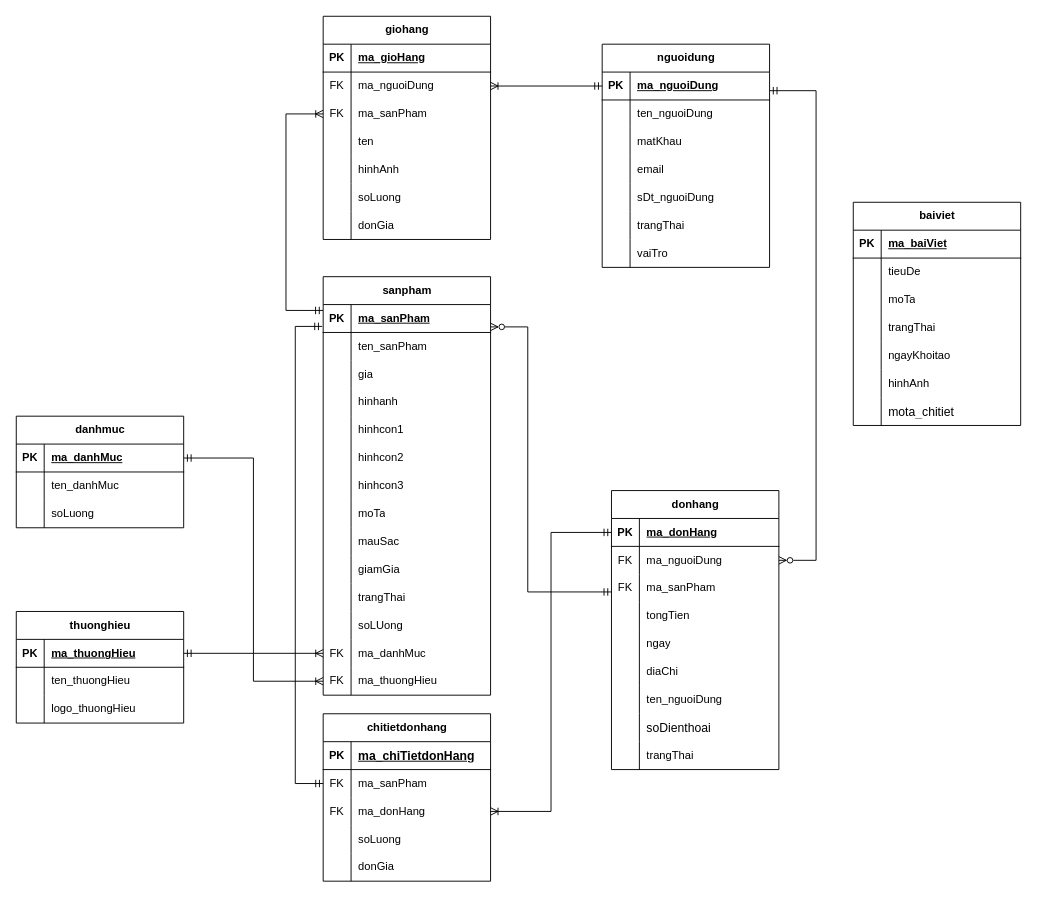
This is Untitled Diagram.drawio from Blion00/Blion00, a draw.io file, before an edit. Source tidied: cells renumbered, new cells numbered last; positions are measured from the earlier drawing's top-left corner, leaving out a move shared by most shapes. Both pictures are drawn from the tidied source at 93%, with x=0, y=0 at pixel (16, 16).
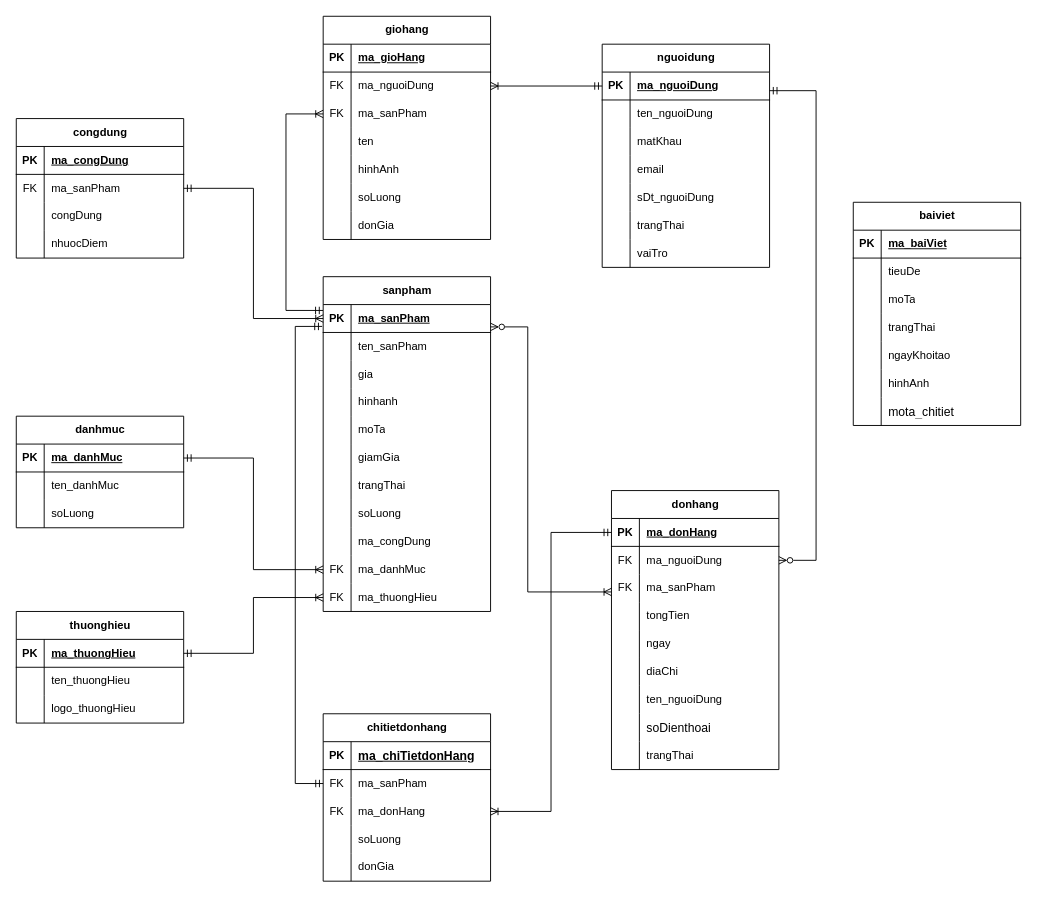
After the change.

The change refers to these unchanged cells:
```xml
<mxCell id="3" style="shape=tableRow;horizontal=0;startSize=0;swimlaneHead=0;swimlaneBody=0;fillColor=none;points=[[0,0.5],[1,0.5]];portConstraint=eastwest;top=0;left=0;right=0;bottom=1;" parent="2" vertex="1">
  <mxGeometry y="30" width="180" height="30" as="geometry" />
</mxCell>
```

Change to the diagram source:
```diff
@@
     <mxCell id="2" value="sanpham" style="shape=table;startSize=30;childLayout=tableLayout;rowLines=0;fontStyle=1;align=center;html=1;" parent="1" vertex="1">
-      <mxGeometry x="330" y="280" width="180" height="450" as="geometry" />
+      <mxGeometry x="330" y="280" width="180" height="360" as="geometry" />
     </mxCell>
@@
-    <mxCell id="15" style="shape=tableRow;horizontal=0;startSize=0;swimlaneHead=0;swimlaneBody=0;fillColor=none;top=0;left=0;right=0;bottom=0;" parent="2" vertex="1">
-      <mxGeometry y="150" width="180" height="30" as="geometry" />
-    </mxCell>
-    <mxCell id="16" style="shape=partialRectangle;fillColor=none;top=0;left=0;bottom=0;right=0;overflow=hidden;whiteSpace=wrap;html=1;" parent="15" vertex="1">
-      <mxGeometry width="30" height="30" as="geometry" />
-    </mxCell>
-    <mxCell id="17" value="hinhcon1" style="shape=partialRectangle;fillColor=none;top=0;left=0;bottom=0;right=0;align=left;spacingLeft=6;overflow=hidden;whiteSpace=wrap;html=1;" parent="15" vertex="1">
-      <mxGeometry x="30" width="150" height="30" as="geometry" />
-    </mxCell>
-    <mxCell id="18" style="shape=tableRow;horizontal=0;startSize=0;swimlaneHead=0;swimlaneBody=0;fillColor=none;top=0;left=0;right=0;bottom=0;" parent="2" vertex="1">
-      <mxGeometry y="180" width="180" height="30" as="geometry" />
-    </mxCell>
-    <mxCell id="19" style="shape=partialRectangle;fillColor=none;top=0;left=0;bottom=0;right=0;overflow=hidden;whiteSpace=wrap;html=1;" parent="18" vertex="1">
-      <mxGeometry width="30" height="30" as="geometry" />
-    </mxCell>
-    <mxCell id="20" value="hinhcon2" style="shape=partialRectangle;fillColor=none;top=0;left=0;bottom=0;right=0;align=left;spacingLeft=6;overflow=hidden;whiteSpace=wrap;html=1;" parent="18" vertex="1">
-      <mxGeometry x="30" width="150" height="30" as="geometry" />
-    </mxCell>
-    <mxCell id="21" style="shape=tableRow;horizontal=0;startSize=0;swimlaneHead=0;swimlaneBody=0;fillColor=none;top=0;left=0;right=0;bottom=0;" parent="2" vertex="1">
-      <mxGeometry y="210" width="180" height="30" as="geometry" />
-    </mxCell>
-    <mxCell id="22" style="shape=partialRectangle;fillColor=none;top=0;left=0;bottom=0;right=0;overflow=hidden;whiteSpace=wrap;html=1;" parent="21" vertex="1">
-      <mxGeometry width="30" height="30" as="geometry" />
-    </mxCell>
-    <mxCell id="23" value="hinhcon3" style="shape=partialRectangle;fillColor=none;top=0;left=0;bottom=0;right=0;align=left;spacingLeft=6;overflow=hidden;whiteSpace=wrap;html=1;" parent="21" vertex="1">
-      <mxGeometry x="30" width="150" height="30" as="geometry" />
-    </mxCell>
     <mxCell id="24" style="shape=tableRow;horizontal=0;startSize=0;swimlaneHead=0;swimlaneBody=0;fillColor=none;top=0;left=0;right=0;bottom=0;" parent="2" vertex="1">
-      <mxGeometry y="240" width="180" height="30" as="geometry" />
+      <mxGeometry y="150" width="180" height="30" as="geometry" />
     </mxCell>
@@
-    <mxCell id="27" style="shape=tableRow;horizontal=0;startSize=0;swimlaneHead=0;swimlaneBody=0;fillColor=none;top=0;left=0;right=0;bottom=0;" parent="2" vertex="1">
-      <mxGeometry y="270" width="180" height="30" as="geometry" />
-    </mxCell>
-    <mxCell id="28" style="shape=partialRectangle;fillColor=none;top=0;left=0;bottom=0;right=0;overflow=hidden;whiteSpace=wrap;html=1;" parent="27" vertex="1">
-      <mxGeometry width="30" height="30" as="geometry" />
-    </mxCell>
-    <mxCell id="29" value="mauSac" style="shape=partialRectangle;fillColor=none;top=0;left=0;bottom=0;right=0;align=left;spacingLeft=6;overflow=hidden;whiteSpace=wrap;html=1;" parent="27" vertex="1">
-      <mxGeometry x="30" width="150" height="30" as="geometry" />
-    </mxCell>
     <mxCell id="30" style="shape=tableRow;horizontal=0;startSize=0;swimlaneHead=0;swimlaneBody=0;fillColor=none;top=0;left=0;right=0;bottom=0;" parent="2" vertex="1">
-      <mxGeometry y="300" width="180" height="30" as="geometry" />
+      <mxGeometry y="180" width="180" height="30" as="geometry" />
     </mxCell>
@@
     <mxCell id="33" style="shape=tableRow;horizontal=0;startSize=0;swimlaneHead=0;swimlaneBody=0;fillColor=none;top=0;left=0;right=0;bottom=0;" parent="2" vertex="1">
-      <mxGeometry y="330" width="180" height="30" as="geometry" />
+      <mxGeometry y="210" width="180" height="30" as="geometry" />
     </mxCell>
@@
     <mxCell id="36" style="shape=tableRow;horizontal=0;startSize=0;swimlaneHead=0;swimlaneBody=0;fillColor=none;top=0;left=0;right=0;bottom=0;" parent="2" vertex="1">
-      <mxGeometry y="360" width="180" height="30" as="geometry" />
+      <mxGeometry y="240" width="180" height="30" as="geometry" />
     </mxCell>
@@
-    <mxCell id="38" value="soLUong" style="shape=partialRectangle;fillColor=none;top=0;left=0;bottom=0;right=0;align=left;spacingLeft=6;overflow=hidden;whiteSpace=wrap;html=1;" parent="36" vertex="1">
+    <mxCell id="38" value="soLuong" style="shape=partialRectangle;fillColor=none;top=0;left=0;bottom=0;right=0;align=left;spacingLeft=6;overflow=hidden;whiteSpace=wrap;html=1;" parent="36" vertex="1">
       <mxGeometry x="30" width="150" height="30" as="geometry" />
     </mxCell>
+    <mxCell id="27" style="shape=tableRow;horizontal=0;startSize=0;swimlaneHead=0;swimlaneBody=0;fillColor=none;top=0;left=0;right=0;bottom=0;" parent="2" vertex="1">
+      <mxGeometry y="270" width="180" height="30" as="geometry" />
+    </mxCell>
+    <mxCell id="28" style="shape=partialRectangle;fillColor=none;top=0;left=0;bottom=0;right=0;overflow=hidden;whiteSpace=wrap;html=1;" parent="27" vertex="1">
+      <mxGeometry width="30" height="30" as="geometry" />
+    </mxCell>
+    <mxCell id="29" value="ma_congDung" style="shape=partialRectangle;fillColor=none;top=0;left=0;bottom=0;right=0;align=left;spacingLeft=6;overflow=hidden;whiteSpace=wrap;html=1;" parent="27" vertex="1">
+      <mxGeometry x="30" width="150" height="30" as="geometry" />
+    </mxCell>
     <mxCell id="39" style="shape=tableRow;horizontal=0;startSize=0;swimlaneHead=0;swimlaneBody=0;fillColor=none;points=[[0,0.5],[1,0.5]];portConstraint=eastwest;top=0;left=0;right=0;bottom=0;" parent="2" vertex="1">
-      <mxGeometry y="390" width="180" height="30" as="geometry" />
+      <mxGeometry y="300" width="180" height="30" as="geometry" />
     </mxCell>
@@
     <mxCell id="42" style="shape=tableRow;horizontal=0;startSize=0;swimlaneHead=0;swimlaneBody=0;fillColor=none;points=[[0,0.5],[1,0.5]];portConstraint=eastwest;top=0;left=0;right=0;bottom=0;" parent="2" vertex="1">
-      <mxGeometry y="420" width="180" height="30" as="geometry" />
+      <mxGeometry y="330" width="180" height="30" as="geometry" />
     </mxCell>
@@
-    <mxCell id="181" style="edgeStyle=orthogonalEdgeStyle;rounded=0;orthogonalLoop=1;jettySize=auto;html=1;exitX=0;exitY=0.5;exitDx=0;exitDy=0;startArrow=ERmandOne;startFill=0;endArrow=ERzeroToMany;endFill=0;elbow=vertical;" parent="1" edge="1">
+    <mxCell id="181" style="edgeStyle=orthogonalEdgeStyle;rounded=0;orthogonalLoop=1;jettySize=auto;html=1;exitX=0;exitY=0.5;exitDx=0;exitDy=0;startArrow=ERoneToMany;startFill=0;endArrow=ERzeroToMany;endFill=0;elbow=vertical;" parent="1" edge="1">
       <mxGeometry relative="1" as="geometry">
         <mxPoint x="640" y="619" as="sourcePoint" />
         <mxPoint x="510" y="334" as="targetPoint" />
         <Array as="points">
           <mxPoint x="550" y="619" />
           <mxPoint x="550" y="334" />
         </Array>
       </mxGeometry>
     </mxCell>
@@
+    <mxCell id="183" value="congdung" style="shape=table;startSize=30;childLayout=tableLayout;rowLines=0;fontStyle=1;align=center;html=1;" parent="1" vertex="1">
+      <mxGeometry y="110" width="180" height="150" as="geometry" />
+    </mxCell>
+    <mxCell id="184" style="shape=tableRow;horizontal=0;startSize=0;swimlaneHead=0;swimlaneBody=0;fillColor=none;top=0;left=0;right=0;bottom=1;" parent="183" vertex="1">
+      <mxGeometry y="30" width="180" height="30" as="geometry" />
+    </mxCell>
+    <mxCell id="185" value="PK" style="shape=partialRectangle;fillColor=none;top=0;left=0;bottom=0;right=0;fontStyle=1;overflow=hidden;whiteSpace=wrap;html=1;" parent="184" vertex="1">
+      <mxGeometry width="30" height="30" as="geometry" />
+    </mxCell>
+    <mxCell id="186" value="ma_congDung" style="shape=partialRectangle;fillColor=none;top=0;left=0;bottom=0;right=0;align=left;spacingLeft=6;fontStyle=5;overflow=hidden;whiteSpace=wrap;html=1;" parent="184" vertex="1">
+      <mxGeometry x="30" width="150" height="30" as="geometry" />
+    </mxCell>
+    <mxCell id="187" style="shape=tableRow;horizontal=0;startSize=0;swimlaneHead=0;swimlaneBody=0;fillColor=none;points=[[0,0.5],[1,0.5]];portConstraint=eastwest;top=0;left=0;right=0;bottom=0;" parent="183" vertex="1">
+      <mxGeometry y="60" width="180" height="30" as="geometry" />
+    </mxCell>
+    <mxCell id="188" value="FK" style="shape=partialRectangle;fillColor=none;top=0;left=0;bottom=0;right=0;overflow=hidden;whiteSpace=wrap;html=1;" parent="187" vertex="1">
+      <mxGeometry width="30" height="30" as="geometry" />
+    </mxCell>
+    <mxCell id="189" value="ma_sanPham" style="shape=partialRectangle;fillColor=none;top=0;left=0;bottom=0;right=0;align=left;spacingLeft=6;overflow=hidden;whiteSpace=wrap;html=1;" parent="187" vertex="1">
+      <mxGeometry x="30" width="150" height="30" as="geometry" />
+    </mxCell>
+    <mxCell id="190" style="shape=tableRow;horizontal=0;startSize=0;swimlaneHead=0;swimlaneBody=0;fillColor=none;top=0;left=0;right=0;bottom=0;" parent="183" vertex="1">
+      <mxGeometry y="90" width="180" height="30" as="geometry" />
+    </mxCell>
+    <mxCell id="191" style="shape=partialRectangle;fillColor=none;top=0;left=0;bottom=0;right=0;overflow=hidden;whiteSpace=wrap;html=1;" parent="190" vertex="1">
+      <mxGeometry width="30" height="30" as="geometry" />
+    </mxCell>
+    <mxCell id="192" value="congDung" style="shape=partialRectangle;fillColor=none;top=0;left=0;bottom=0;right=0;align=left;spacingLeft=6;overflow=hidden;whiteSpace=wrap;html=1;" parent="190" vertex="1">
+      <mxGeometry x="30" width="150" height="30" as="geometry" />
+    </mxCell>
+    <mxCell id="193" style="shape=tableRow;horizontal=0;startSize=0;swimlaneHead=0;swimlaneBody=0;fillColor=none;top=0;left=0;right=0;bottom=0;" parent="183" vertex="1">
+      <mxGeometry y="120" width="180" height="30" as="geometry" />
+    </mxCell>
+    <mxCell id="194" style="shape=partialRectangle;fillColor=none;top=0;left=0;bottom=0;right=0;overflow=hidden;whiteSpace=wrap;html=1;" parent="193" vertex="1">
+      <mxGeometry width="30" height="30" as="geometry" />
+    </mxCell>
+    <mxCell id="195" value="nhuocDiem" style="shape=partialRectangle;fillColor=none;top=0;left=0;bottom=0;right=0;align=left;spacingLeft=6;overflow=hidden;whiteSpace=wrap;html=1;" parent="193" vertex="1">
+      <mxGeometry x="30" width="150" height="30" as="geometry" />
+    </mxCell>
+    <mxCell id="196" style="edgeStyle=orthogonalEdgeStyle;rounded=0;jettySize=auto;html=1;exitX=1;exitY=0.5;exitDx=0;exitDy=0;entryX=0;entryY=0.5;entryDx=0;entryDy=0;startArrow=ERmandOne;startFill=0;endArrow=ERoneToMany;endFill=0;" parent="1" edge="1" source="187" target="3">
+      <mxGeometry relative="1" as="geometry" />
+    </mxCell>
```
